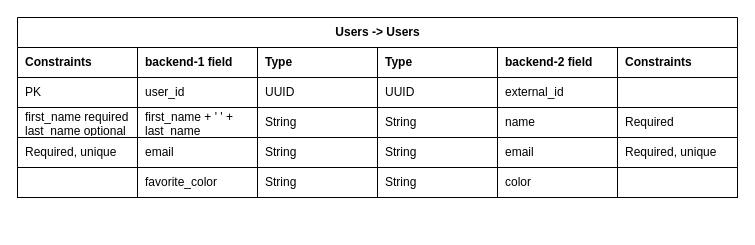
HaydenBurkerDP/data-synchronization keeps this draw.io diagram as mapping.drawio. Above is the earlier version. Source tidied: cells renumbered, new cells numbered last; positions are measured from the earlier drawing's top-left corner, leaving out a move shared by most shapes. Both pictures are drawn from the tidied source at 100%, with x=0, y=0 at pixel (17, 17).
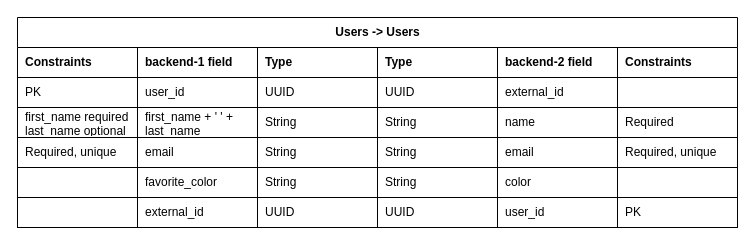
The same diagram, later.

Commit message:
adds external id to mapping

Diff of the diagram source:
```diff
@@
     <mxCell id="2" value="Users -&amp;gt; Users" style="shape=table;startSize=30;childLayout=tableLayout;rowLines=0;fontStyle=1;align=center;html=1;strokeWidth=1;" parent="1" vertex="1">
-      <mxGeometry width="720" height="180" as="geometry" />
+      <mxGeometry width="720" height="210" as="geometry" />
     </mxCell>
@@
+    <mxCell id="38" style="shape=tableRow;horizontal=0;startSize=0;swimlaneHead=0;swimlaneBody=0;fillColor=none;top=0;left=0;right=0;bottom=1;" parent="2" vertex="1">
+      <mxGeometry y="180" width="720" height="30" as="geometry" />
+    </mxCell>
+    <mxCell id="39" style="shape=partialRectangle;fillColor=none;top=0;left=0;bottom=0;right=0;align=left;spacingLeft=6;fontStyle=0;overflow=hidden;whiteSpace=wrap;html=1;fontColor=default;" parent="38" vertex="1">
+      <mxGeometry width="120" height="30" as="geometry" />
+    </mxCell>
+    <mxCell id="40" value="external_id" style="shape=partialRectangle;fillColor=none;top=0;left=0;bottom=0;right=0;align=left;spacingLeft=6;fontStyle=0;overflow=hidden;whiteSpace=wrap;html=1;fontColor=default;" parent="38" vertex="1">
+      <mxGeometry x="120" width="120" height="30" as="geometry" />
+    </mxCell>
+    <mxCell id="41" value="UUID" style="shape=partialRectangle;fillColor=none;top=0;left=0;bottom=0;right=0;align=left;spacingLeft=6;fontStyle=0;overflow=hidden;whiteSpace=wrap;html=1;fontColor=default;strokeWidth=1;" parent="38" vertex="1">
+      <mxGeometry x="240" width="120" height="30" as="geometry" />
+    </mxCell>
+    <mxCell id="42" value="UUID" style="shape=partialRectangle;fillColor=none;top=0;left=0;bottom=0;right=0;align=left;spacingLeft=6;fontStyle=0;overflow=hidden;whiteSpace=wrap;html=1;fontColor=default;" parent="38" vertex="1">
+      <mxGeometry x="360" width="120" height="30" as="geometry" />
+    </mxCell>
+    <mxCell id="43" value="user_id" style="shape=partialRectangle;fillColor=none;top=0;left=0;bottom=0;right=0;align=left;spacingLeft=6;fontStyle=0;overflow=hidden;whiteSpace=wrap;html=1;fontColor=default;" parent="38" vertex="1">
+      <mxGeometry x="480" width="120" height="30" as="geometry" />
+    </mxCell>
+    <mxCell id="44" value="PK" style="shape=partialRectangle;fillColor=none;top=0;left=0;bottom=0;right=0;align=left;spacingLeft=6;fontStyle=0;overflow=hidden;whiteSpace=wrap;html=1;fontColor=default;" parent="38" vertex="1">
+      <mxGeometry x="600" width="120" height="30" as="geometry" />
+    </mxCell>
```
